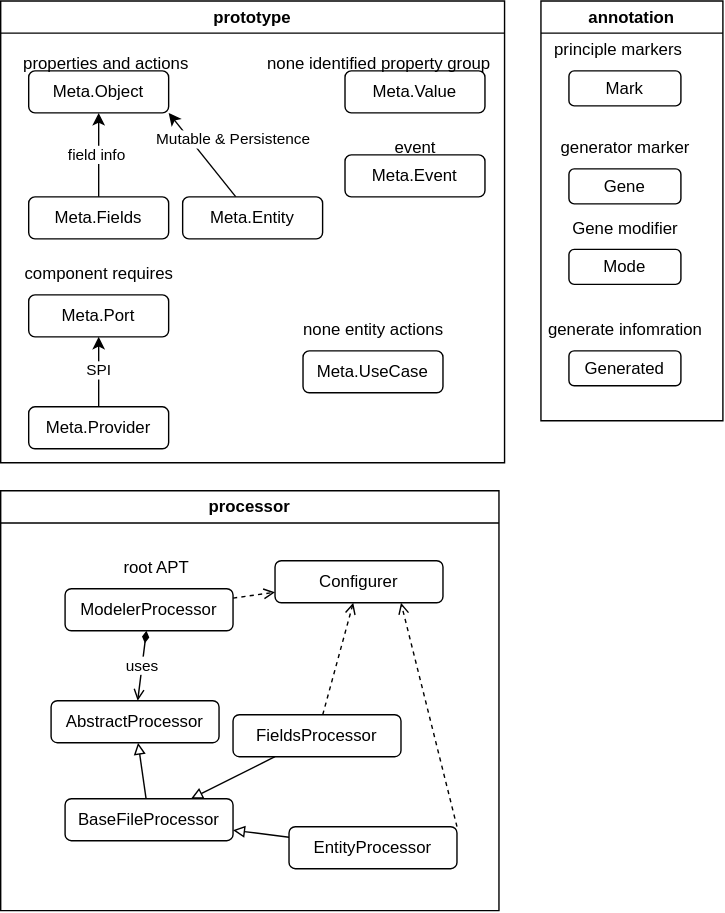
Above: modeler/model.svg in ZenLiuCN/domain (draw.io), before the change. Source tidied: cells renumbered, new cells last; positions are measured from the earlier drawing's top-left corner, leaving out a move shared by most shapes. Its diagram source:
```xml
<mxGraphModel>
  <root>
    <mxCell id="0" />
    <mxCell id="1" parent="0" />
    <mxCell id="2" value="prototype" style="swimlane;whiteSpace=wrap;html=1;" parent="1" vertex="1">
      <mxGeometry width="360" height="330" as="geometry" />
    </mxCell>
    <mxCell id="3" value="Meta.Object" style="rounded=1;whiteSpace=wrap;html=1;" parent="2" vertex="1">
      <mxGeometry x="20" y="50" width="100" height="30" as="geometry" />
    </mxCell>
    <mxCell id="4" value="&lt;div style=&quot;text-align: left;&quot;&gt;Mutable &amp;amp; Persistence&lt;/div&gt;" style="rounded=0;jettySize=auto;html=1;entryX=1;entryY=1;entryDx=0;entryDy=0;" parent="2" edge="1" source="5" target="3">
      <mxGeometry x="-0.15" y="-23" relative="1" as="geometry">
        <mxPoint y="-1" as="offset" />
      </mxGeometry>
    </mxCell>
    <mxCell id="5" value="Meta.Entity" style="rounded=1;whiteSpace=wrap;html=1;" parent="2" vertex="1">
      <mxGeometry x="130" y="140" width="100" height="30" as="geometry" />
    </mxCell>
    <mxCell id="6" value="Meta.Value" style="rounded=1;whiteSpace=wrap;html=1;" parent="2" vertex="1">
      <mxGeometry x="246" y="50" width="100" height="30" as="geometry" />
    </mxCell>
    <mxCell id="7" value="Meta.Event" style="rounded=1;whiteSpace=wrap;html=1;" parent="2" vertex="1">
      <mxGeometry x="246" y="110" width="100" height="30" as="geometry" />
    </mxCell>
    <mxCell id="8" value="Meta.UseCase" style="rounded=1;whiteSpace=wrap;html=1;" parent="2" vertex="1">
      <mxGeometry x="216" y="250" width="100" height="30" as="geometry" />
    </mxCell>
    <mxCell id="9" value="Meta.Port" style="rounded=1;whiteSpace=wrap;html=1;" parent="2" vertex="1">
      <mxGeometry x="20" y="210" width="100" height="30" as="geometry" />
    </mxCell>
    <mxCell id="10" value="SPI" style="edgeStyle=orthogonalEdgeStyle;rounded=0;jettySize=auto;html=1;entryX=0.5;entryY=1;entryDx=0;entryDy=0;" parent="2" edge="1" source="11" target="9">
      <mxGeometry relative="1" as="geometry" />
    </mxCell>
    <mxCell id="11" value="Meta.Provider" style="rounded=1;whiteSpace=wrap;html=1;" parent="2" vertex="1">
      <mxGeometry x="20" y="290" width="100" height="30" as="geometry" />
    </mxCell>
    <mxCell id="12" value="field info&amp;nbsp;" style="edgeStyle=orthogonalEdgeStyle;rounded=0;jettySize=auto;html=1;" parent="2" edge="1" source="13" target="3">
      <mxGeometry relative="1" as="geometry" />
    </mxCell>
    <mxCell id="13" value="Meta.Fields" style="rounded=1;whiteSpace=wrap;html=1;" parent="2" vertex="1">
      <mxGeometry x="20" y="140" width="100" height="30" as="geometry" />
    </mxCell>
    <mxCell id="14" value="component requires" style="text;html=1;align=center;verticalAlign=middle;strokeColor=none;fillColor=none;" parent="2" vertex="1">
      <mxGeometry x="5" y="180" width="130" height="30" as="geometry" />
    </mxCell>
    <mxCell id="15" value="none entity actions" style="text;html=1;align=center;verticalAlign=middle;strokeColor=none;fillColor=none;" parent="2" vertex="1">
      <mxGeometry x="206" y="220" width="120" height="30" as="geometry" />
    </mxCell>
    <mxCell id="16" value="properties and actions" style="text;html=1;align=center;verticalAlign=middle;strokeColor=none;fillColor=none;" parent="2" vertex="1">
      <mxGeometry x="5" y="30" width="140" height="30" as="geometry" />
    </mxCell>
    <mxCell id="17" value="none identified property group" style="text;html=1;align=center;verticalAlign=middle;strokeColor=none;fillColor=none;" parent="2" vertex="1">
      <mxGeometry x="180" y="30" width="180" height="30" as="geometry" />
    </mxCell>
    <mxCell id="18" value="event" style="text;html=1;align=center;verticalAlign=middle;strokeColor=none;fillColor=none;" parent="2" vertex="1">
      <mxGeometry x="271" y="90" width="50" height="30" as="geometry" />
    </mxCell>
    <mxCell id="19" value="annotation" style="swimlane;whiteSpace=wrap;html=1;" parent="1" vertex="1">
      <mxGeometry x="386" width="130" height="300" as="geometry" />
    </mxCell>
    <mxCell id="20" value="Mark" style="rounded=1;whiteSpace=wrap;html=1;" parent="19" vertex="1">
      <mxGeometry x="20" y="50" width="80" height="25" as="geometry" />
    </mxCell>
    <mxCell id="21" value="Gene" style="rounded=1;whiteSpace=wrap;html=1;" parent="19" vertex="1">
      <mxGeometry x="20" y="120" width="80" height="25" as="geometry" />
    </mxCell>
    <mxCell id="22" value="Mode" style="rounded=1;whiteSpace=wrap;html=1;" parent="19" vertex="1">
      <mxGeometry x="20" y="177.5" width="80" height="25" as="geometry" />
    </mxCell>
    <mxCell id="23" value="Gene modifier" style="text;html=1;align=center;verticalAlign=middle;strokeColor=none;fillColor=none;" parent="19" vertex="1">
      <mxGeometry x="10" y="147.5" width="100" height="30" as="geometry" />
    </mxCell>
    <mxCell id="24" value="generator marker" style="text;html=1;align=center;verticalAlign=middle;strokeColor=none;fillColor=none;" parent="19" vertex="1">
      <mxGeometry y="90" width="120" height="30" as="geometry" />
    </mxCell>
    <mxCell id="25" value="principle markers" style="text;html=1;align=center;verticalAlign=middle;strokeColor=none;fillColor=none;" parent="19" vertex="1">
      <mxGeometry y="20" width="110" height="30" as="geometry" />
    </mxCell>
    <mxCell id="26" value="Generated" style="rounded=1;whiteSpace=wrap;html=1;" parent="19" vertex="1">
      <mxGeometry x="20" y="250" width="80" height="25" as="geometry" />
    </mxCell>
    <mxCell id="27" value="generate infomration" style="text;html=1;align=center;verticalAlign=middle;strokeColor=none;fillColor=none;" parent="19" vertex="1">
      <mxGeometry x="-5" y="220" width="130" height="30" as="geometry" />
    </mxCell>
    <mxCell id="28" value="processor" style="swimlane;whiteSpace=wrap;html=1;" parent="1" vertex="1">
      <mxGeometry y="350" width="356" height="300" as="geometry" />
    </mxCell>
    <mxCell id="29" value="uses" style="edgeStyle=none;rounded=0;jettySize=auto;html=1;endArrow=open;endFill=0;startArrow=diamondThin;startFill=1;" parent="28" edge="1" source="31" target="32">
      <mxGeometry relative="1" as="geometry" />
    </mxCell>
    <mxCell id="30" style="edgeStyle=none;rounded=0;jettySize=auto;html=1;entryX=0;entryY=0.75;entryDx=0;entryDy=0;startArrow=none;startFill=0;endArrow=open;endFill=0;dashed=1;" parent="28" edge="1" source="31" target="42">
      <mxGeometry relative="1" as="geometry" />
    </mxCell>
    <mxCell id="31" value="ModelerProcessor" style="rounded=1;whiteSpace=wrap;html=1;" parent="28" vertex="1">
      <mxGeometry x="46" y="70" width="120" height="30" as="geometry" />
    </mxCell>
    <mxCell id="32" value="AbstractProcessor" style="rounded=1;whiteSpace=wrap;html=1;" parent="28" vertex="1">
      <mxGeometry x="36" y="150" width="120" height="30" as="geometry" />
    </mxCell>
    <mxCell id="33" style="edgeStyle=none;rounded=0;jettySize=auto;html=1;endArrow=block;endFill=0;" parent="28" edge="1" source="34" target="32">
      <mxGeometry relative="1" as="geometry" />
    </mxCell>
    <mxCell id="34" value="BaseFileProcessor" style="rounded=1;whiteSpace=wrap;html=1;" parent="28" vertex="1">
      <mxGeometry x="46" y="220" width="120" height="30" as="geometry" />
    </mxCell>
    <mxCell id="35" value="root APT" style="text;html=1;align=center;verticalAlign=middle;strokeColor=none;fillColor=none;" parent="28" vertex="1">
      <mxGeometry x="76" y="40" width="70" height="30" as="geometry" />
    </mxCell>
    <mxCell id="36" style="edgeStyle=none;rounded=0;jettySize=auto;html=1;endArrow=block;endFill=0;" parent="28" edge="1" source="38" target="34">
      <mxGeometry relative="1" as="geometry" />
    </mxCell>
    <mxCell id="37" style="edgeStyle=none;rounded=0;jettySize=auto;html=1;entryX=0.75;entryY=1;entryDx=0;entryDy=0;dashed=1;startArrow=none;startFill=0;endArrow=open;endFill=0;exitX=1;exitY=0;exitDx=0;exitDy=0;" parent="28" edge="1" source="38" target="42">
      <mxGeometry relative="1" as="geometry" />
    </mxCell>
    <mxCell id="38" value="EntityProcessor" style="rounded=1;whiteSpace=wrap;html=1;" parent="28" vertex="1">
      <mxGeometry x="206" y="240" width="120" height="30" as="geometry" />
    </mxCell>
    <mxCell id="39" style="edgeStyle=none;rounded=0;jettySize=auto;html=1;endArrow=block;endFill=0;" parent="28" edge="1" source="41" target="34">
      <mxGeometry relative="1" as="geometry" />
    </mxCell>
    <mxCell id="40" style="edgeStyle=none;rounded=0;jettySize=auto;html=1;startArrow=none;startFill=0;endArrow=open;endFill=0;dashed=1;" parent="28" edge="1" source="41" target="42">
      <mxGeometry relative="1" as="geometry" />
    </mxCell>
    <mxCell id="41" value="FieldsProcessor" style="rounded=1;whiteSpace=wrap;html=1;" parent="28" vertex="1">
      <mxGeometry x="166" y="160" width="120" height="30" as="geometry" />
    </mxCell>
    <mxCell id="42" value="Configurer" style="rounded=1;whiteSpace=wrap;html=1;" parent="28" vertex="1">
      <mxGeometry x="196" y="50" width="120" height="30" as="geometry" />
    </mxCell>
  </root>
</mxGraphModel>
```
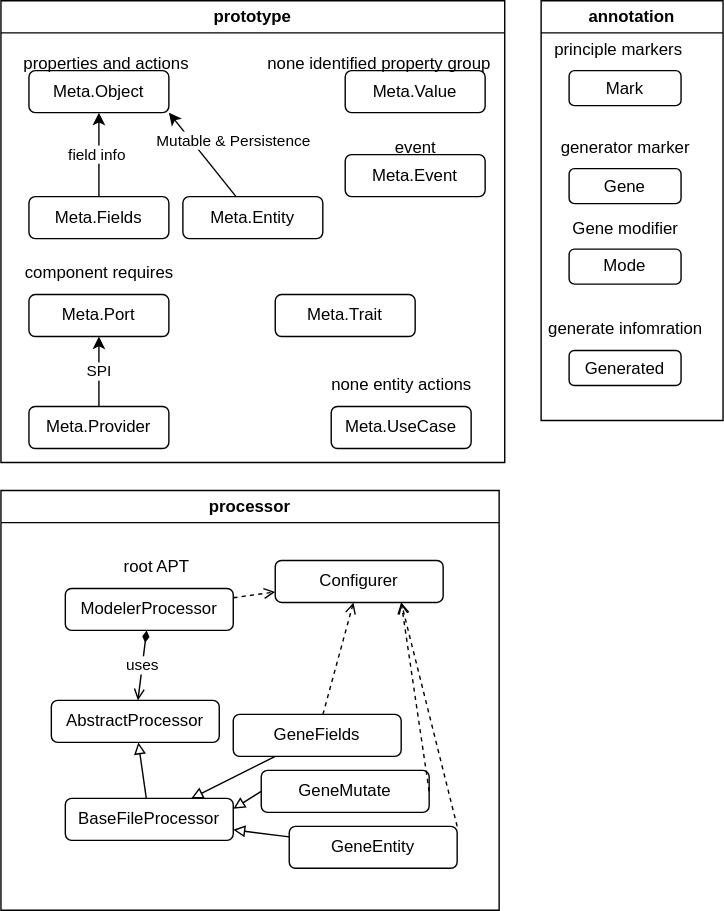
After the change.

Change to the diagram source:
```diff
@@ -23,7 +23,7 @@
       <mxGeometry x="246" y="110" width="100" height="30" as="geometry" />
     </mxCell>
     <mxCell id="8" value="Meta.UseCase" style="rounded=1;whiteSpace=wrap;html=1;" parent="2" vertex="1">
-      <mxGeometry x="216" y="250" width="100" height="30" as="geometry" />
+      <mxGeometry x="236" y="290" width="100" height="30" as="geometry" />
     </mxCell>
     <mxCell id="9" value="Meta.Port" style="rounded=1;whiteSpace=wrap;html=1;" parent="2" vertex="1">
       <mxGeometry x="20" y="210" width="100" height="30" as="geometry" />
@@ -44,7 +44,7 @@
       <mxGeometry x="5" y="180" width="130" height="30" as="geometry" />
     </mxCell>
     <mxCell id="15" value="none entity actions" style="text;html=1;align=center;verticalAlign=middle;strokeColor=none;fillColor=none;" parent="2" vertex="1">
-      <mxGeometry x="206" y="220" width="120" height="30" as="geometry" />
+      <mxGeometry x="226" y="260" width="120" height="30" as="geometry" />
     </mxCell>
     <mxCell id="16" value="properties and actions" style="text;html=1;align=center;verticalAlign=middle;strokeColor=none;fillColor=none;" parent="2" vertex="1">
       <mxGeometry x="5" y="30" width="140" height="30" as="geometry" />
@@ -55,6 +55,9 @@
     <mxCell id="18" value="event" style="text;html=1;align=center;verticalAlign=middle;strokeColor=none;fillColor=none;" parent="2" vertex="1">
       <mxGeometry x="271" y="90" width="50" height="30" as="geometry" />
     </mxCell>
+    <mxCell id="43" value="Meta.Trait" style="rounded=1;whiteSpace=wrap;html=1;" parent="2" vertex="1">
+      <mxGeometry x="196" y="210" width="100" height="30" as="geometry" />
+    </mxCell>
     <mxCell id="19" value="annotation" style="swimlane;whiteSpace=wrap;html=1;" parent="1" vertex="1">
       <mxGeometry x="386" width="130" height="300" as="geometry" />
     </mxCell>
@@ -112,7 +115,7 @@
     <mxCell id="37" style="edgeStyle=none;rounded=0;jettySize=auto;html=1;entryX=0.75;entryY=1;entryDx=0;entryDy=0;dashed=1;startArrow=none;startFill=0;endArrow=open;endFill=0;exitX=1;exitY=0;exitDx=0;exitDy=0;" parent="28" edge="1" source="38" target="42">
       <mxGeometry relative="1" as="geometry" />
     </mxCell>
-    <mxCell id="38" value="EntityProcessor" style="rounded=1;whiteSpace=wrap;html=1;" parent="28" vertex="1">
+    <mxCell id="38" value="GeneEntity" style="rounded=1;whiteSpace=wrap;html=1;" parent="28" vertex="1">
       <mxGeometry x="206" y="240" width="120" height="30" as="geometry" />
     </mxCell>
     <mxCell id="39" style="edgeStyle=none;rounded=0;jettySize=auto;html=1;endArrow=block;endFill=0;" parent="28" edge="1" source="41" target="34">
@@ -121,11 +124,20 @@
     <mxCell id="40" style="edgeStyle=none;rounded=0;jettySize=auto;html=1;startArrow=none;startFill=0;endArrow=open;endFill=0;dashed=1;" parent="28" edge="1" source="41" target="42">
       <mxGeometry relative="1" as="geometry" />
     </mxCell>
-    <mxCell id="41" value="FieldsProcessor" style="rounded=1;whiteSpace=wrap;html=1;" parent="28" vertex="1">
+    <mxCell id="41" value="GeneFields" style="rounded=1;whiteSpace=wrap;html=1;" parent="28" vertex="1">
       <mxGeometry x="166" y="160" width="120" height="30" as="geometry" />
     </mxCell>
     <mxCell id="42" value="Configurer" style="rounded=1;whiteSpace=wrap;html=1;" parent="28" vertex="1">
       <mxGeometry x="196" y="50" width="120" height="30" as="geometry" />
     </mxCell>
+    <mxCell id="44" value="GeneMutate" style="rounded=1;whiteSpace=wrap;html=1;" parent="28" vertex="1">
+      <mxGeometry x="186" y="200" width="120" height="30" as="geometry" />
+    </mxCell>
+    <mxCell id="45" style="edgeStyle=none;rounded=0;jettySize=auto;html=1;endArrow=block;endFill=0;exitX=0;exitY=0.5;exitDx=0;exitDy=0;entryX=1;entryY=0.25;entryDx=0;entryDy=0;" parent="28" edge="1" source="44" target="34">
+      <mxGeometry relative="1" as="geometry" />
+    </mxCell>
+    <mxCell id="46" style="edgeStyle=none;rounded=0;jettySize=auto;html=1;entryX=0.75;entryY=1;entryDx=0;entryDy=0;dashed=1;startArrow=none;startFill=0;endArrow=open;endFill=0;exitX=1;exitY=0.5;exitDx=0;exitDy=0;" parent="28" edge="1" source="44" target="42">
+      <mxGeometry relative="1" as="geometry" />
+    </mxCell>
   </root>
 </mxGraphModel>
```
